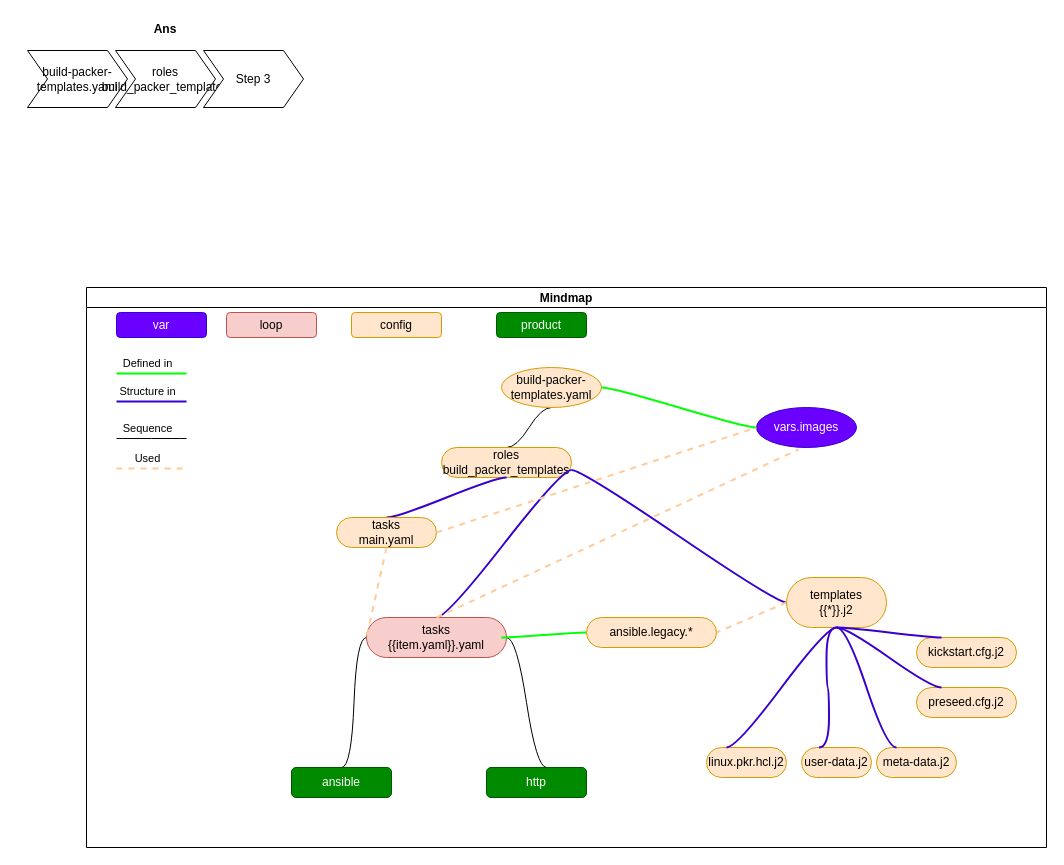
This is page "ansible-playbook" (3 of 3) of docs/tips/drawio/packer.drawio from ShaoOrg/bulletin, a draw.io file, before an edit. Source tidied: cells renumbered, new cells numbered last; positions are measured from the earlier drawing's top-left corner, leaving out a move shared by most shapes. Both pictures are drawn from the tidied source at 100%, with x=0, y=0 at pixel (17, 17).
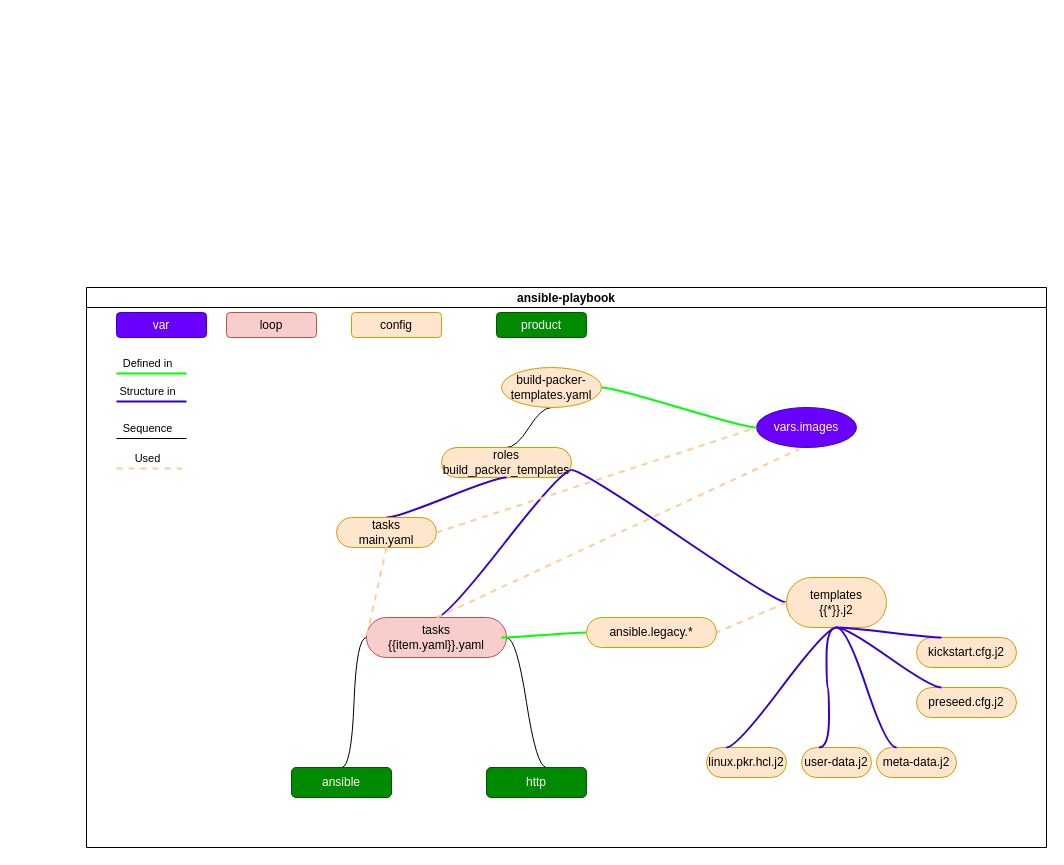
The same page after the edit.

The edit, as a diff of the source:
```diff
@@
-    <mxCell id="2" value="Ans" style="swimlane;horizontal=1;fillColor=none;strokeColor=none;stackBorder=10;align=center;whiteSpace=wrap;html=1;" parent="1" vertex="1">
-      <mxGeometry width="296" height="100" as="geometry" />
-    </mxCell>
-    <mxCell id="3" value="build-packer-templates.yaml" style="shape=step;perimeter=stepPerimeter;fixedSize=1;whiteSpace=wrap;html=1;" parent="2" vertex="1">
-      <mxGeometry x="10" y="33" width="100" height="57" as="geometry" />
-    </mxCell>
-    <mxCell id="4" value="roles&lt;br&gt;build_packer_templates" style="shape=step;perimeter=stepPerimeter;fixedSize=1;whiteSpace=wrap;html=1;" parent="2" vertex="1">
-      <mxGeometry x="98" y="33" width="100" height="57" as="geometry" />
-    </mxCell>
-    <mxCell id="5" value="Step 3" style="shape=step;perimeter=stepPerimeter;fixedSize=1;whiteSpace=wrap;html=1;" parent="2" vertex="1">
-      <mxGeometry x="186" y="33" width="100" height="57" as="geometry" />
-    </mxCell>
-    <mxCell id="6" value="Mindmap" style="swimlane;startSize=20;horizontal=1;containerType=tree;" parent="1" vertex="1">
+    <mxCell id="6" value="ansible-playbook" style="swimlane;startSize=20;horizontal=1;containerType=tree;" parent="1" vertex="1">
       <mxGeometry x="69" y="270" width="960" height="560" as="geometry" />
     </mxCell>
```
